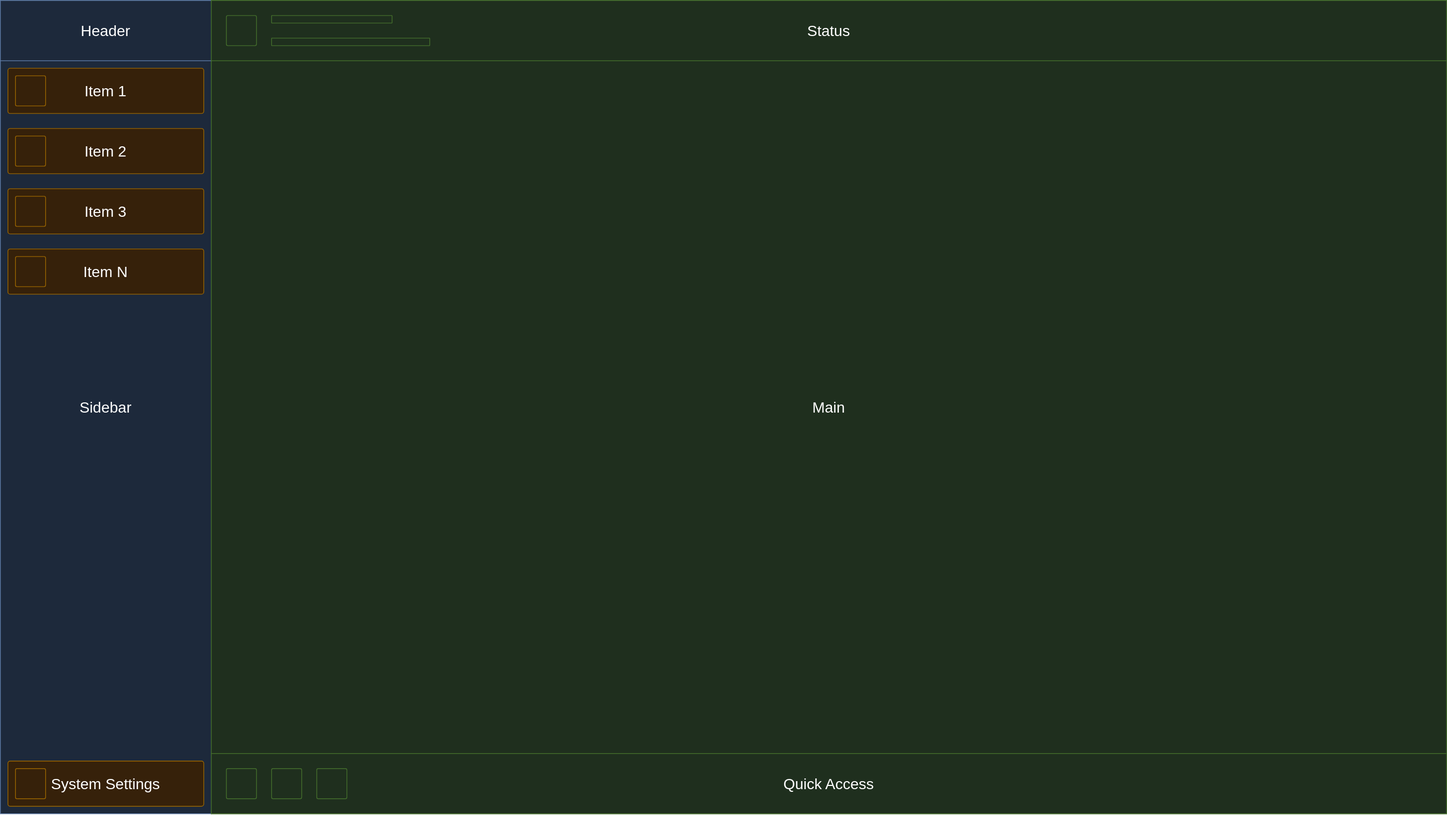
Earlier version of the draw.io export docs/ui.drawio.svg (MinecraftPlayground/server-management-dashboard). Source tidied: cells renumbered, new cells last; positions are measured from the earlier drawing's top-left corner, leaving out a move shared by most shapes. Source of this version:
```xml
<mxGraphModel>
  <root>
    <mxCell id="0" />
    <mxCell id="1" parent="0" />
    <mxCell id="2" value="Sidebar" style="whiteSpace=wrap;html=1;fillColor=#dae8fc;strokeColor=#6c8ebf;fontSize=20;align=center;verticalAlign=middle;" parent="1" vertex="1">
      <mxGeometry width="280" height="1080" as="geometry" />
    </mxCell>
    <mxCell id="3" value="Main" style="rounded=0;whiteSpace=wrap;html=1;fillColor=#d5e8d4;strokeColor=#82b366;fontSize=20;" parent="1" vertex="1">
      <mxGeometry x="280" width="1640" height="1080" as="geometry" />
    </mxCell>
    <mxCell id="4" style="group;" parent="1" vertex="1">
      <mxGeometry x="10" y="170" width="260" height="60" as="geometry" />
    </mxCell>
    <mxCell id="5" value="Item 2" style="rounded=1;whiteSpace=wrap;html=1;fillColor=#ffe6cc;strokeColor=#d79b00;fontSize=20;arcSize=5;" parent="4" vertex="1">
      <mxGeometry width="260" height="60" as="geometry" />
    </mxCell>
    <mxCell id="6" style="rounded=1;whiteSpace=wrap;html=1;fillColor=#ffe6cc;strokeColor=#d79b00;fontSize=20;arcSize=5;" parent="4" vertex="1">
      <mxGeometry x="10" y="10" width="40" height="40" as="geometry" />
    </mxCell>
    <mxCell id="7" style="group;" parent="1" vertex="1">
      <mxGeometry x="10" y="250" width="260" height="60" as="geometry" />
    </mxCell>
    <mxCell id="8" value="Item 3" style="rounded=1;whiteSpace=wrap;html=1;fillColor=#ffe6cc;strokeColor=#d79b00;fontSize=20;arcSize=5;" parent="7" vertex="1">
      <mxGeometry width="260" height="60" as="geometry" />
    </mxCell>
    <mxCell id="9" style="rounded=1;whiteSpace=wrap;html=1;fillColor=#ffe6cc;strokeColor=#d79b00;fontSize=20;arcSize=5;" parent="7" vertex="1">
      <mxGeometry x="10" y="10" width="40" height="40" as="geometry" />
    </mxCell>
    <mxCell id="10" style="group;" parent="1" vertex="1">
      <mxGeometry x="10" y="90" width="270" height="160" as="geometry" />
    </mxCell>
    <mxCell id="11" value="Item 1" style="rounded=1;whiteSpace=wrap;html=1;fillColor=#ffe6cc;strokeColor=#d79b00;fontSize=20;arcSize=5;" parent="10" vertex="1">
      <mxGeometry width="260" height="60" as="geometry" />
    </mxCell>
    <mxCell id="12" style="rounded=1;whiteSpace=wrap;html=1;fillColor=#ffe6cc;strokeColor=#d79b00;fontSize=20;arcSize=5;" parent="10" vertex="1">
      <mxGeometry x="10" y="10" width="40" height="40" as="geometry" />
    </mxCell>
    <mxCell id="13" value="Header" style="whiteSpace=wrap;html=1;fillColor=#dae8fc;strokeColor=#6c8ebf;fontSize=20;align=center;verticalAlign=middle;" parent="10" vertex="1">
      <mxGeometry x="-10" y="-90" width="280" height="80" as="geometry" />
    </mxCell>
    <mxCell id="14" style="group;" parent="1" vertex="1">
      <mxGeometry x="10" y="330" width="260" height="60" as="geometry" />
    </mxCell>
    <mxCell id="15" value="Item N" style="rounded=1;whiteSpace=wrap;html=1;fillColor=#ffe6cc;strokeColor=#d79b00;fontSize=20;arcSize=5;" parent="14" vertex="1">
      <mxGeometry width="260" height="60" as="geometry" />
    </mxCell>
    <mxCell id="16" style="rounded=1;whiteSpace=wrap;html=1;fillColor=#ffe6cc;strokeColor=#d79b00;fontSize=20;arcSize=5;" parent="14" vertex="1">
      <mxGeometry x="10" y="10" width="40" height="40" as="geometry" />
    </mxCell>
    <mxCell id="17" style="group;" parent="1" vertex="1">
      <mxGeometry x="10" y="1010" width="260" height="60" as="geometry" />
    </mxCell>
    <mxCell id="18" value="System Settings" style="rounded=1;whiteSpace=wrap;html=1;fillColor=#ffe6cc;strokeColor=#d79b00;fontSize=20;arcSize=5;" parent="17" vertex="1">
      <mxGeometry width="260" height="60" as="geometry" />
    </mxCell>
    <mxCell id="19" style="rounded=1;whiteSpace=wrap;html=1;fillColor=#ffe6cc;strokeColor=#d79b00;fontSize=20;arcSize=5;" parent="17" vertex="1">
      <mxGeometry x="10" y="10" width="40" height="40" as="geometry" />
    </mxCell>
    <mxCell id="20" style="group;" parent="1" vertex="1">
      <mxGeometry x="280" width="1640" height="80" as="geometry" />
    </mxCell>
    <mxCell id="21" value="Status" style="rounded=0;whiteSpace=wrap;html=1;fillColor=#d5e8d4;strokeColor=#82b366;fontSize=20;" parent="20" vertex="1">
      <mxGeometry width="1640" height="80" as="geometry" />
    </mxCell>
    <mxCell id="22" style="group;" parent="20" vertex="1">
      <mxGeometry x="20" y="20" width="270" height="40" as="geometry" />
    </mxCell>
    <mxCell id="23" style="rounded=1;whiteSpace=wrap;html=1;fillColor=#d5e8d4;strokeColor=#82b366;fontSize=20;arcSize=5;" parent="22" vertex="1">
      <mxGeometry width="40" height="40" as="geometry" />
    </mxCell>
    <mxCell id="24" style="rounded=1;whiteSpace=wrap;html=1;fillColor=#d5e8d4;strokeColor=#82b366;fontSize=20;arcSize=5;" parent="22" vertex="1">
      <mxGeometry x="60" width="160" height="10" as="geometry" />
    </mxCell>
    <mxCell id="25" style="rounded=1;whiteSpace=wrap;html=1;fillColor=#d5e8d4;strokeColor=#82b366;fontSize=20;arcSize=5;" parent="22" vertex="1">
      <mxGeometry x="60" y="30" width="210" height="10" as="geometry" />
    </mxCell>
    <mxCell id="26" style="group;" parent="1" vertex="1">
      <mxGeometry x="280" y="1000" width="1640" height="80" as="geometry" />
    </mxCell>
    <mxCell id="27" value="Quick Access" style="rounded=0;whiteSpace=wrap;html=1;fillColor=#d5e8d4;strokeColor=#82b366;fontSize=20;" parent="26" vertex="1">
      <mxGeometry width="1640" height="80" as="geometry" />
    </mxCell>
    <mxCell id="28" style="group;" parent="26" vertex="1">
      <mxGeometry x="20" y="20" width="160" height="40" as="geometry" />
    </mxCell>
    <mxCell id="29" style="rounded=1;whiteSpace=wrap;html=1;fillColor=#d5e8d4;strokeColor=#82b366;fontSize=20;arcSize=5;" parent="28" vertex="1">
      <mxGeometry width="40" height="40" as="geometry" />
    </mxCell>
    <mxCell id="30" style="rounded=1;whiteSpace=wrap;html=1;fillColor=#d5e8d4;strokeColor=#82b366;fontSize=20;arcSize=5;" parent="28" vertex="1">
      <mxGeometry x="60" width="40" height="40" as="geometry" />
    </mxCell>
    <mxCell id="31" style="rounded=1;whiteSpace=wrap;html=1;fillColor=#d5e8d4;strokeColor=#82b366;fontSize=20;arcSize=5;" parent="28" vertex="1">
      <mxGeometry x="120" width="40" height="40" as="geometry" />
    </mxCell>
  </root>
</mxGraphModel>
```
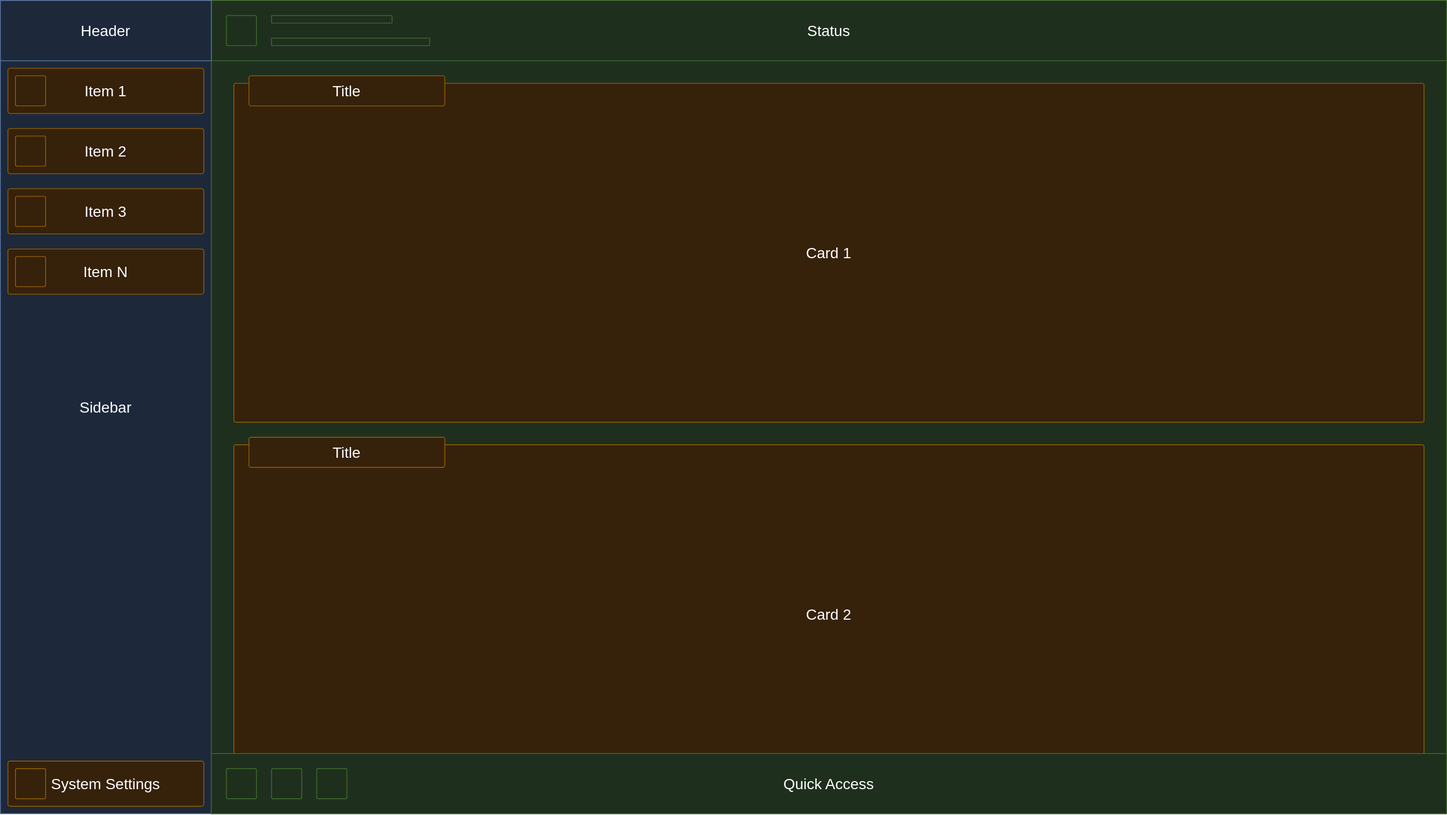
Above is the later version.

The edit, as a diff of the source:
```diff
@@ -26,18 +26,6 @@
     <mxCell id="9" style="rounded=1;whiteSpace=wrap;html=1;fillColor=#ffe6cc;strokeColor=#d79b00;fontSize=20;arcSize=5;" parent="7" vertex="1">
       <mxGeometry x="10" y="10" width="40" height="40" as="geometry" />
     </mxCell>
-    <mxCell id="10" style="group;" parent="1" vertex="1">
-      <mxGeometry x="10" y="90" width="270" height="160" as="geometry" />
-    </mxCell>
-    <mxCell id="11" value="Item 1" style="rounded=1;whiteSpace=wrap;html=1;fillColor=#ffe6cc;strokeColor=#d79b00;fontSize=20;arcSize=5;" parent="10" vertex="1">
-      <mxGeometry width="260" height="60" as="geometry" />
-    </mxCell>
-    <mxCell id="12" style="rounded=1;whiteSpace=wrap;html=1;fillColor=#ffe6cc;strokeColor=#d79b00;fontSize=20;arcSize=5;" parent="10" vertex="1">
-      <mxGeometry x="10" y="10" width="40" height="40" as="geometry" />
-    </mxCell>
-    <mxCell id="13" value="Header" style="whiteSpace=wrap;html=1;fillColor=#dae8fc;strokeColor=#6c8ebf;fontSize=20;align=center;verticalAlign=middle;" parent="10" vertex="1">
-      <mxGeometry x="-10" y="-90" width="280" height="80" as="geometry" />
-    </mxCell>
     <mxCell id="14" style="group;" parent="1" vertex="1">
       <mxGeometry x="10" y="330" width="260" height="60" as="geometry" />
     </mxCell>
@@ -74,6 +62,12 @@
     <mxCell id="25" style="rounded=1;whiteSpace=wrap;html=1;fillColor=#d5e8d4;strokeColor=#82b366;fontSize=20;arcSize=5;" parent="22" vertex="1">
       <mxGeometry x="60" y="30" width="210" height="10" as="geometry" />
     </mxCell>
+    <mxCell id="32" value="Card 1" style="rounded=1;whiteSpace=wrap;html=1;fillColor=#ffe6cc;strokeColor=#d79b00;fontSize=20;arcSize=0.6;" parent="1" vertex="1">
+      <mxGeometry x="310" y="110" width="1580" height="450" as="geometry" />
+    </mxCell>
+    <mxCell id="33" value="Card 2" style="rounded=1;whiteSpace=wrap;html=1;fillColor=#ffe6cc;strokeColor=#d79b00;fontSize=20;arcSize=0.6;" parent="1" vertex="1">
+      <mxGeometry x="310" y="590" width="1580" height="450" as="geometry" />
+    </mxCell>
     <mxCell id="26" style="group;" parent="1" vertex="1">
       <mxGeometry x="280" y="1000" width="1640" height="80" as="geometry" />
     </mxCell>
@@ -92,5 +86,23 @@
     <mxCell id="31" style="rounded=1;whiteSpace=wrap;html=1;fillColor=#d5e8d4;strokeColor=#82b366;fontSize=20;arcSize=5;" parent="28" vertex="1">
       <mxGeometry x="120" width="40" height="40" as="geometry" />
     </mxCell>
+    <mxCell id="13" value="Header" style="whiteSpace=wrap;html=1;fillColor=#dae8fc;strokeColor=#6c8ebf;fontSize=20;align=center;verticalAlign=middle;" parent="1" vertex="1">
+      <mxGeometry width="280" height="80" as="geometry" />
+    </mxCell>
+    <mxCell id="34" style="group;" parent="1" vertex="1">
+      <mxGeometry x="10" y="90" width="260" height="60" as="geometry" />
+    </mxCell>
+    <mxCell id="11" value="Item 1" style="rounded=1;whiteSpace=wrap;html=1;fillColor=#ffe6cc;strokeColor=#d79b00;fontSize=20;arcSize=5;" parent="34" vertex="1">
+      <mxGeometry width="260" height="60" as="geometry" />
+    </mxCell>
+    <mxCell id="12" style="rounded=1;whiteSpace=wrap;html=1;fillColor=#ffe6cc;strokeColor=#d79b00;fontSize=20;arcSize=5;" parent="34" vertex="1">
+      <mxGeometry x="10" y="10" width="40" height="40" as="geometry" />
+    </mxCell>
+    <mxCell id="35" value="Title" style="rounded=1;whiteSpace=wrap;html=1;fillColor=#ffe6cc;strokeColor=#d79b00;fontSize=20;arcSize=7;" parent="1" vertex="1">
+      <mxGeometry x="330" y="100" width="260" height="40" as="geometry" />
+    </mxCell>
+    <mxCell id="36" value="Title" style="rounded=1;whiteSpace=wrap;html=1;fillColor=#ffe6cc;strokeColor=#d79b00;fontSize=20;arcSize=7;" parent="1" vertex="1">
+      <mxGeometry x="330" y="580" width="260" height="40" as="geometry" />
+    </mxCell>
   </root>
 </mxGraphModel>
```
